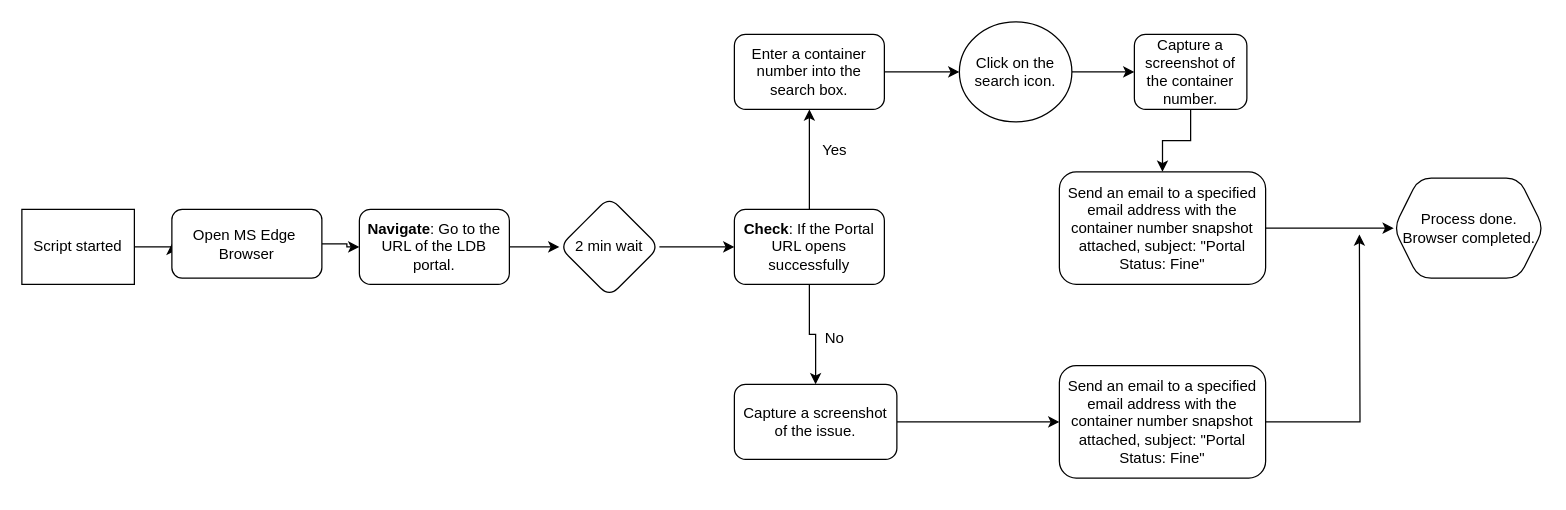
Earlier version of the draw.io diagram Untitled Diagram.drawio (rohitkush1/chatwoot). Source tidied: cells renumbered, new cells numbered last; positions are measured from the earlier drawing's top-left corner, leaving out a move shared by most shapes. Both pictures are drawn from the tidied source at 125%, with x=0, y=0 at pixel (21, 21).
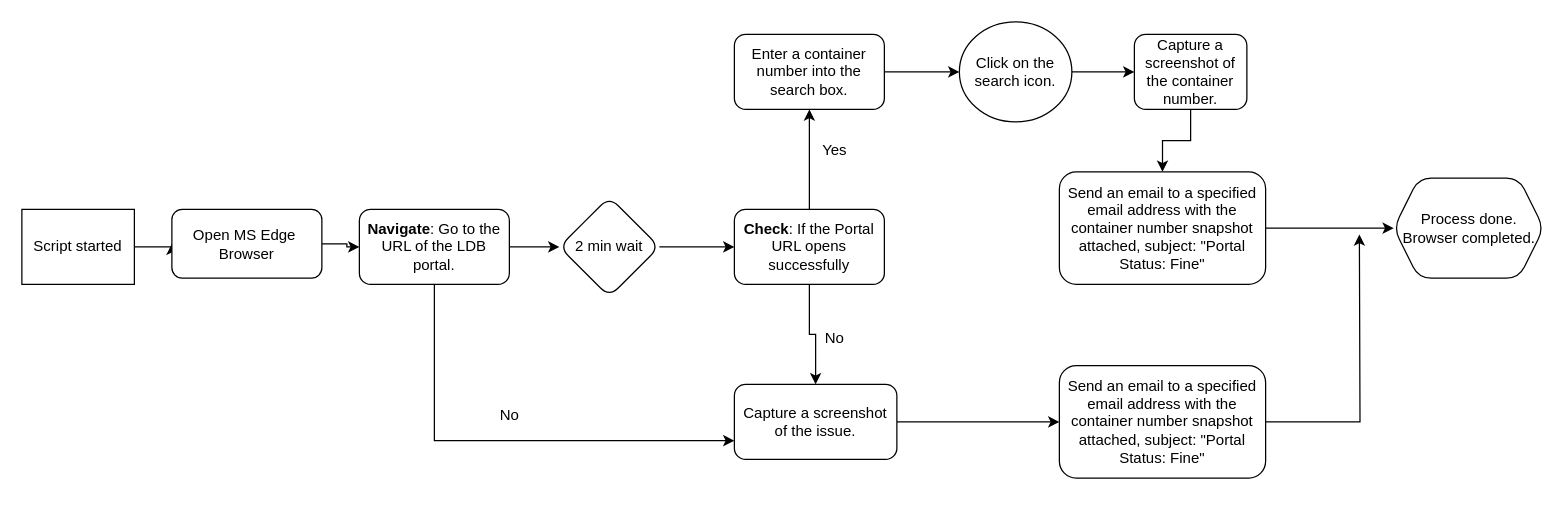
After the change.

The change refers to these unchanged cells:
```xml
<mxCell id="7" value="&lt;strong&gt;Navigate&lt;/strong&gt;: Go to the URL of the LDB portal." style="whiteSpace=wrap;html=1;rounded=1;" parent="1" vertex="1">
  <mxGeometry x="270" y="150" width="120" height="60" as="geometry" />
</mxCell>
<mxCell id="16" value="Capture a screenshot of the issue." style="whiteSpace=wrap;html=1;rounded=1;" parent="1" vertex="1">
  <mxGeometry x="570" y="290" width="130" height="60" as="geometry" />
</mxCell>
```

Change to the diagram source:
```diff
@@
+    <mxCell id="29" style="edgeStyle=orthogonalEdgeStyle;rounded=0;jettySize=auto;html=1;exitX=0.5;exitY=1;exitDx=0;exitDy=0;entryX=0;entryY=0.75;entryDx=0;entryDy=0;" parent="1" edge="1" source="7" target="16">
+      <mxGeometry relative="1" as="geometry" />
+    </mxCell>
@@
+    <mxCell id="30" value="No" style="text;html=1;align=center;verticalAlign=middle;strokeColor=none;fillColor=none;" parent="1" vertex="1">
+      <mxGeometry x="370" y="300" width="40" height="30" as="geometry" />
+    </mxCell>
```
